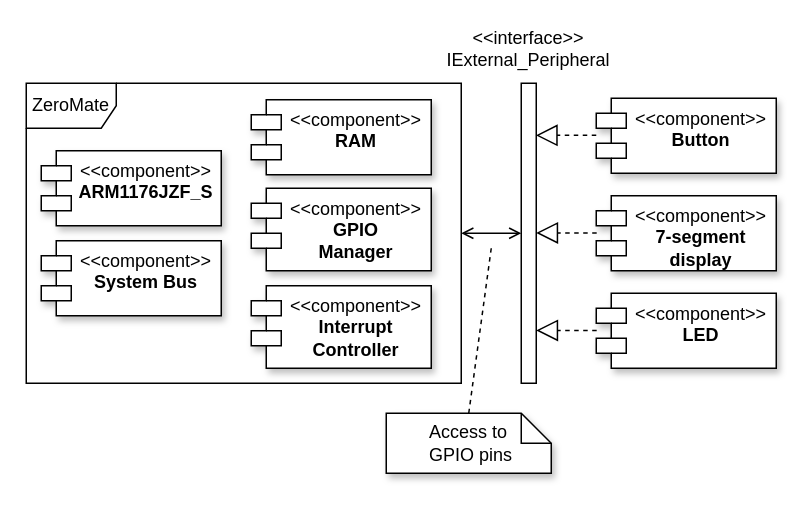
Earlier version of the draw.io diagram docs/diagrams/peripherals/peripherals.drawio (silhavyj/ZeroMate). Source tidied: cells renumbered, new cells numbered last; positions are measured from the earlier drawing's top-left corner, leaving out a move shared by most shapes. Both pictures are drawn from the tidied source at 150%, with x=0, y=0 at pixel (26, 26).
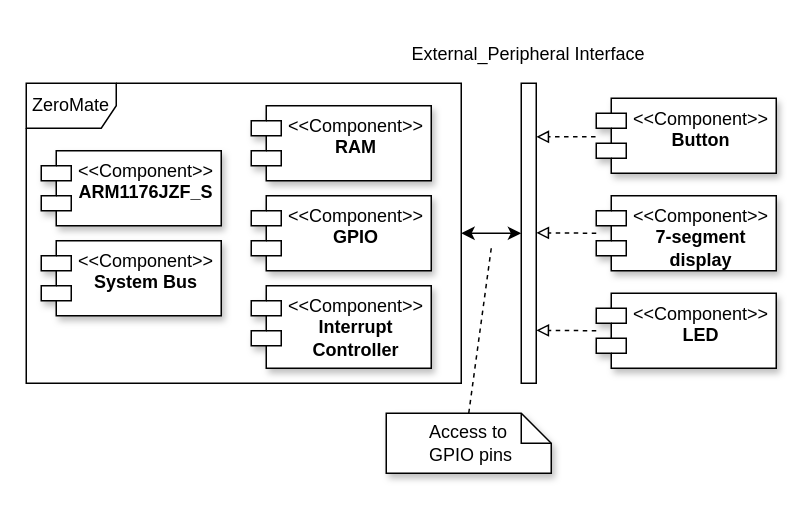
After the change.

The change refers to these unchanged cells:
```xml
<mxCell id="7" style="html=1;points=[];perimeter=orthogonalPerimeter;outlineConnect=0;targetShapes=umlLifeline;portConstraint=eastwest;newEdgeStyle={&quot;edgeStyle&quot;:&quot;elbowEdgeStyle&quot;,&quot;elbow&quot;:&quot;vertical&quot;,&quot;curved&quot;:0,&quot;rounded&quot;:0};" parent="1" vertex="1">
  <mxGeometry x="330" y="38" width="10" height="200" as="geometry" />
</mxCell>
```

Diff of the diagram source:
```diff
@@
-    <mxCell id="3" value="&amp;lt;&amp;lt;component&amp;gt;&amp;gt;&lt;br&gt;&lt;b&gt;RAM&lt;/b&gt;" style="shape=module;align=left;spacingLeft=20;align=center;verticalAlign=top;whiteSpace=wrap;html=1;fontFamily=Computer Modern;shadow=1;" parent="1" vertex="1">
-      <mxGeometry x="150" y="49" width="120" height="50" as="geometry" />
+    <mxCell id="3" value="&amp;lt;&amp;lt;Component&amp;gt;&amp;gt;&lt;br&gt;&lt;b&gt;RAM&lt;/b&gt;" style="shape=module;align=left;spacingLeft=20;align=center;verticalAlign=top;whiteSpace=wrap;html=1;fontFamily=Computer Modern;shadow=1;" parent="1" vertex="1">
+      <mxGeometry x="150" y="53" width="120" height="50" as="geometry" />
     </mxCell>
-    <mxCell id="4" value="&amp;lt;&amp;lt;component&amp;gt;&amp;gt;&lt;br&gt;&lt;b&gt;GPIO&lt;br&gt;Manager&lt;br&gt;&lt;/b&gt;" style="shape=module;align=left;spacingLeft=20;align=center;verticalAlign=top;whiteSpace=wrap;html=1;fontFamily=Computer Modern;shadow=1;" parent="1" vertex="1">
-      <mxGeometry x="150" y="108" width="120" height="55" as="geometry" />
+    <mxCell id="4" value="&amp;lt;&amp;lt;Component&amp;gt;&amp;gt;&lt;br&gt;&lt;b&gt;GPIO&lt;/b&gt;" style="shape=module;align=left;spacingLeft=20;align=center;verticalAlign=top;whiteSpace=wrap;html=1;fontFamily=Computer Modern;shadow=1;" parent="1" vertex="1">
+      <mxGeometry x="150" y="113" width="120" height="50" as="geometry" />
     </mxCell>
-    <mxCell id="5" value="&amp;lt;&amp;lt;component&amp;gt;&amp;gt;&lt;br&gt;&lt;b&gt;Interrupt Controller&lt;/b&gt;" style="shape=module;align=left;spacingLeft=20;align=center;verticalAlign=top;whiteSpace=wrap;html=1;fontFamily=Computer Modern;shadow=1;" parent="1" vertex="1">
+    <mxCell id="5" value="&amp;lt;&amp;lt;Component&amp;gt;&amp;gt;&lt;br&gt;&lt;b&gt;Interrupt Controller&lt;/b&gt;" style="shape=module;align=left;spacingLeft=20;align=center;verticalAlign=top;whiteSpace=wrap;html=1;fontFamily=Computer Modern;shadow=1;" parent="1" vertex="1">
       <mxGeometry x="150" y="173" width="120" height="55" as="geometry" />
     </mxCell>
-    <mxCell id="6" value="&amp;lt;&amp;lt;component&amp;gt;&amp;gt;&lt;br&gt;&lt;b&gt;ARM1176JZF_S&lt;/b&gt;" style="shape=module;align=left;spacingLeft=20;align=center;verticalAlign=top;whiteSpace=wrap;html=1;fontFamily=Computer Modern;shadow=1;" parent="1" vertex="1">
+    <mxCell id="6" value="&amp;lt;&amp;lt;Component&amp;gt;&amp;gt;&lt;br&gt;&lt;b&gt;ARM1176JZF_S&lt;/b&gt;" style="shape=module;align=left;spacingLeft=20;align=center;verticalAlign=top;whiteSpace=wrap;html=1;fontFamily=Computer Modern;shadow=1;" parent="1" vertex="1">
       <mxGeometry x="10" y="83" width="120" height="50" as="geometry" />
     </mxCell>
@@
-    <mxCell id="8" style="endArrow=open;startArrow=open;html=1;rounded=0;startFill=0;endFill=0;" parent="1" edge="1" target="7">
+    <mxCell id="8" style="endArrow=classic;startArrow=classic;html=1;rounded=0;" parent="1" edge="1" target="7">
       <mxGeometry relative="1" as="geometry">
         <mxPoint x="290" y="138" as="sourcePoint" />
       </mxGeometry>
     </mxCell>
-    <mxCell id="9" value="&amp;lt;&amp;lt;interface&amp;gt;&amp;gt;&lt;br&gt;IExternal_Peripheral" style="text;html=1;strokeColor=none;fillColor=none;align=center;verticalAlign=middle;whiteSpace=wrap;rounded=0;fontFamily=Computer Modern;" parent="1" vertex="1">
-      <mxGeometry x="246.2" width="177.5" height="30" as="geometry" />
+    <mxCell id="9" value="External_Peripheral Interface" style="text;html=1;strokeColor=none;fillColor=none;align=center;verticalAlign=middle;whiteSpace=wrap;rounded=0;fontFamily=Computer Modern;" parent="1" vertex="1">
+      <mxGeometry x="246.2" y="4" width="177.5" height="30" as="geometry" />
     </mxCell>
-    <mxCell id="10" value="&amp;lt;&amp;lt;component&amp;gt;&amp;gt;&lt;br&gt;&lt;b&gt;Button&lt;/b&gt;" style="shape=module;align=left;spacingLeft=20;align=center;verticalAlign=top;whiteSpace=wrap;html=1;fontFamily=Computer Modern;shadow=1;" parent="1" vertex="1">
+    <mxCell id="10" value="&amp;lt;&amp;lt;Component&amp;gt;&amp;gt;&lt;br&gt;&lt;b&gt;Button&lt;/b&gt;" style="shape=module;align=left;spacingLeft=20;align=center;verticalAlign=top;whiteSpace=wrap;html=1;fontFamily=Computer Modern;shadow=1;" parent="1" vertex="1">
       <mxGeometry x="380" y="48" width="120" height="50" as="geometry" />
     </mxCell>
-    <mxCell id="11" value="&amp;lt;&amp;lt;component&amp;gt;&amp;gt;&lt;br&gt;&lt;b&gt;7-segment display&lt;/b&gt;" style="shape=module;align=left;spacingLeft=20;align=center;verticalAlign=top;whiteSpace=wrap;html=1;fontFamily=Computer Modern;shadow=1;" parent="1" vertex="1">
+    <mxCell id="11" value="&amp;lt;&amp;lt;Component&amp;gt;&amp;gt;&lt;br&gt;&lt;b&gt;7-segment display&lt;/b&gt;" style="shape=module;align=left;spacingLeft=20;align=center;verticalAlign=top;whiteSpace=wrap;html=1;fontFamily=Computer Modern;shadow=1;" parent="1" vertex="1">
       <mxGeometry x="380" y="113" width="120" height="50" as="geometry" />
     </mxCell>
-    <mxCell id="12" value="&amp;lt;&amp;lt;component&amp;gt;&amp;gt;&lt;br&gt;&lt;b&gt;LED&lt;/b&gt;" style="shape=module;align=left;spacingLeft=20;align=center;verticalAlign=top;whiteSpace=wrap;html=1;fontFamily=Computer Modern;shadow=1;" parent="1" vertex="1">
+    <mxCell id="12" value="&amp;lt;&amp;lt;Component&amp;gt;&amp;gt;&lt;br&gt;&lt;b&gt;LED&lt;/b&gt;" style="shape=module;align=left;spacingLeft=20;align=center;verticalAlign=top;whiteSpace=wrap;html=1;fontFamily=Computer Modern;shadow=1;" parent="1" vertex="1">
       <mxGeometry x="380" y="178" width="120" height="50" as="geometry" />
     </mxCell>
+    <mxCell id="19" style="endArrow=block;html=1;rounded=0;exitX=-0.004;exitY=0.514;exitDx=0;exitDy=0;exitPerimeter=0;endFill=0;dashed=1;" parent="1" edge="1" source="10" target="7">
+      <mxGeometry relative="1" as="geometry" />
+    </mxCell>
+    <mxCell id="20" style="endArrow=block;html=1;rounded=0;endFill=0;dashed=1;" parent="1" edge="1">
+      <mxGeometry relative="1" as="geometry">
+        <mxPoint x="380" y="138" as="sourcePoint" />
+        <mxPoint x="340" y="137.7" as="targetPoint" />
+      </mxGeometry>
+    </mxCell>
+    <mxCell id="21" style="endArrow=block;html=1;rounded=0;endFill=0;dashed=1;" parent="1" edge="1">
+      <mxGeometry relative="1" as="geometry">
+        <mxPoint x="380" y="203" as="sourcePoint" />
+        <mxPoint x="340" y="202.7" as="targetPoint" />
+      </mxGeometry>
+    </mxCell>
-    <mxCell id="13" value="&amp;lt;&amp;lt;component&amp;gt;&amp;gt;&lt;br&gt;&lt;b&gt;System Bus&lt;/b&gt;" style="shape=module;align=left;spacingLeft=20;align=center;verticalAlign=top;whiteSpace=wrap;html=1;fontFamily=Computer Modern;shadow=1;" parent="1" vertex="1">
+    <mxCell id="13" value="&amp;lt;&amp;lt;Component&amp;gt;&amp;gt;&lt;br&gt;&lt;b&gt;System Bus&lt;/b&gt;" style="shape=module;align=left;spacingLeft=20;align=center;verticalAlign=top;whiteSpace=wrap;html=1;fontFamily=Computer Modern;shadow=1;" parent="1" vertex="1">
       <mxGeometry x="10" y="143" width="120" height="50" as="geometry" />
     </mxCell>
@@
-    <mxCell id="16" style="endArrow=block;dashed=1;endFill=0;endSize=12;html=1;rounded=0;" parent="1" edge="1">
-      <mxGeometry relative="1" as="geometry">
-        <mxPoint x="380" y="72.7" as="sourcePoint" />
-        <mxPoint x="339.7" y="72.7" as="targetPoint" />
-      </mxGeometry>
-    </mxCell>
-    <mxCell id="17" style="endArrow=block;dashed=1;endFill=0;endSize=12;html=1;rounded=0;" parent="1" edge="1">
-      <mxGeometry relative="1" as="geometry">
-        <mxPoint x="380.3" y="137.8" as="sourcePoint" />
-        <mxPoint x="340" y="137.8" as="targetPoint" />
-      </mxGeometry>
-    </mxCell>
-    <mxCell id="18" style="endArrow=block;dashed=1;endFill=0;endSize=12;html=1;rounded=0;" parent="1" edge="1">
-      <mxGeometry relative="1" as="geometry">
-        <mxPoint x="380.3" y="202.8" as="sourcePoint" />
-        <mxPoint x="340" y="202.8" as="targetPoint" />
-      </mxGeometry>
-    </mxCell>
```
